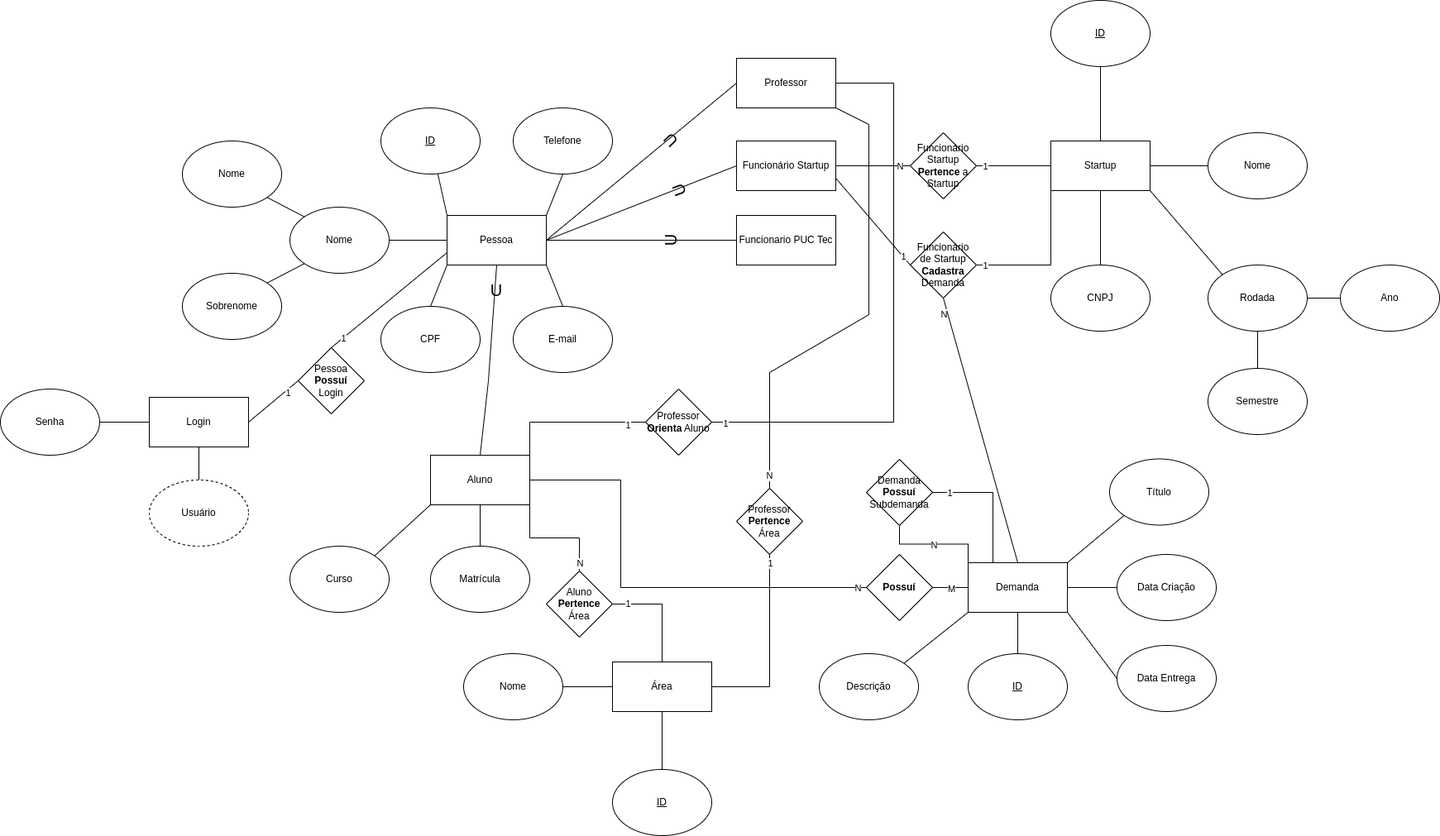
Earlier version of the draw.io export docs/Diagrama_Entidade_Relacionamento_Estendido.png (Henriquemcc/Prototipo_Sistema_Cadastro_Demandas_-_PUC_Tec). Source tidied: cells renumbered, new cells last; positions are measured from the earlier drawing's top-left corner, leaving out a move shared by most shapes.
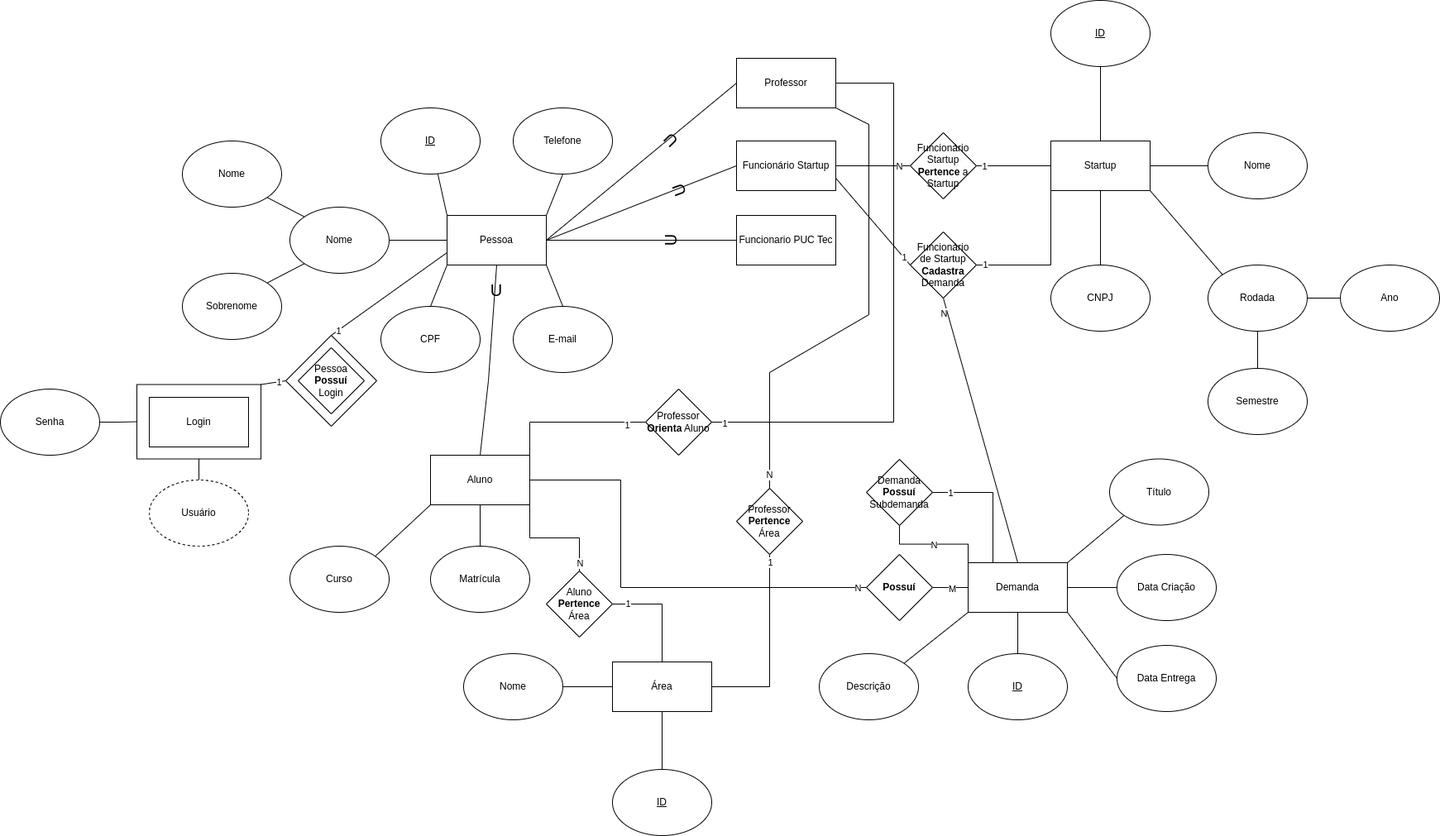
Later version of the same file.

Commit message:
Transformando a entidade login em uma entidade fraca, e transformando o relacionamento 'Pessoa possuí login' em um relacionamento fraco

Diff of the diagram source:
```diff
@@ -27,14 +27,12 @@
     <mxCell id="8" style="rounded=0;jettySize=auto;html=1;exitX=1;exitY=0.5;exitDx=0;exitDy=0;entryX=0;entryY=0.5;entryDx=0;entryDy=0;endArrow=none;endFill=0;" parent="1" edge="1" source="11" target="56">
       <mxGeometry relative="1" as="geometry" />
     </mxCell>
-    <mxCell id="9" style="rounded=0;jettySize=auto;html=1;exitX=0;exitY=0.75;exitDx=0;exitDy=0;entryX=0.5;entryY=0;entryDx=0;entryDy=0;endArrow=none;endFill=0;" parent="1" edge="1" source="11" target="106">
-      <mxGeometry relative="1" as="geometry" />
-    </mxCell>
-    <mxCell id="10" value="1" style="edgeLabel;html=1;align=center;verticalAlign=middle;" parent="9" vertex="1">
-      <mxGeometry x="0.79" y="1" relative="1" as="geometry">
-        <mxPoint x="-1" as="offset" />
-      </mxGeometry>
-    </mxCell>
+    <mxCell id="109" style="rounded=0;jettySize=auto;html=1;exitX=0;exitY=0.75;exitDx=0;exitDy=0;entryX=0.5;entryY=0;entryDx=0;entryDy=0;endArrow=none;endFill=0;" parent="1" edge="1" source="11" target="116">
+      <mxGeometry relative="1" as="geometry" />
+    </mxCell>
+    <mxCell id="110" value="1" style="edgeLabel;html=1;align=center;verticalAlign=middle;" parent="109" vertex="1">
+      <mxGeometry x="0.88" relative="1" as="geometry" />
+    </mxCell>
     <mxCell id="11" value="Pessoa" style="rounded=0;whiteSpace=wrap;html=1;" parent="1" vertex="1">
       <mxGeometry x="540" y="260" width="120" height="60" as="geometry" />
     </mxCell>
@@ -335,31 +333,41 @@
     <mxCell id="100" value="Professor&lt;div&gt;&lt;b&gt;Pertence&lt;/b&gt;&lt;/div&gt;&lt;div&gt;Área&lt;/div&gt;" style="rhombus;whiteSpace=wrap;html=1;" parent="1" vertex="1">
       <mxGeometry x="890" y="590" width="80" height="80" as="geometry" />
     </mxCell>
-    <mxCell id="101" style="edgeStyle=orthogonalEdgeStyle;rounded=0;jettySize=auto;html=1;exitX=0;exitY=0.5;exitDx=0;exitDy=0;entryX=1;entryY=0.5;entryDx=0;entryDy=0;endArrow=none;endFill=0;" parent="1" edge="1" source="103" target="108">
-      <mxGeometry relative="1" as="geometry" />
-    </mxCell>
-    <mxCell id="102" style="rounded=0;jettySize=auto;html=1;exitX=0.5;exitY=1;exitDx=0;exitDy=0;entryX=0.5;entryY=0;entryDx=0;entryDy=0;endArrow=none;endFill=0;" parent="1" edge="1" source="103" target="107">
-      <mxGeometry relative="1" as="geometry" />
-    </mxCell>
+    <mxCell id="111" style="edgeStyle=orthogonalEdgeStyle;rounded=0;jettySize=auto;html=1;exitX=0.5;exitY=0;exitDx=0;exitDy=0;entryX=0.5;entryY=1;entryDx=0;entryDy=0;endArrow=none;endFill=0;" parent="1" edge="1" source="107" target="114">
+      <mxGeometry relative="1" as="geometry" />
+    </mxCell>
+    <mxCell id="107" value="Usuário" style="ellipse;whiteSpace=wrap;html=1;dashed=1;" parent="1" vertex="1">
+      <mxGeometry x="180" y="580" width="120" height="80" as="geometry" />
+    </mxCell>
+    <mxCell id="112" style="edgeStyle=orthogonalEdgeStyle;rounded=0;jettySize=auto;html=1;exitX=1;exitY=0.5;exitDx=0;exitDy=0;entryX=0;entryY=0.5;entryDx=0;entryDy=0;endArrow=none;endFill=0;" parent="1" edge="1" source="108" target="114">
+      <mxGeometry relative="1" as="geometry" />
+    </mxCell>
+    <mxCell id="108" value="Senha" style="ellipse;whiteSpace=wrap;html=1;" parent="1" vertex="1">
+      <mxGeometry y="470" width="120" height="80" as="geometry" />
+    </mxCell>
+    <mxCell id="113" style="group;" parent="1" vertex="1">
+      <mxGeometry x="165" y="464.5" width="150" height="90" as="geometry" />
+    </mxCell>
+    <mxCell id="114" style="rounded=0;whiteSpace=wrap;html=1;" parent="113" vertex="1">
+      <mxGeometry width="150" height="90" as="geometry" />
+    </mxCell>
-    <mxCell id="103" value="Login" style="rounded=0;whiteSpace=wrap;html=1;" parent="1" vertex="1">
-      <mxGeometry x="180" y="480" width="120" height="60" as="geometry" />
+    <mxCell id="103" value="Login" style="rounded=0;whiteSpace=wrap;html=1;" parent="113" vertex="1">
+      <mxGeometry x="15" y="15.5" width="120" height="60" as="geometry" />
     </mxCell>
-    <mxCell id="104" style="rounded=0;jettySize=auto;html=1;entryX=1;entryY=0.5;entryDx=0;entryDy=0;endArrow=none;endFill=0;" parent="1" edge="1" target="103">
-      <mxGeometry relative="1" as="geometry">
-        <mxPoint x="360" y="460" as="sourcePoint" />
-      </mxGeometry>
-    </mxCell>
-    <mxCell id="105" value="1" style="edgeLabel;html=1;align=center;verticalAlign=middle;" parent="104" vertex="1">
-      <mxGeometry x="-0.52" y="3" relative="1" as="geometry" />
-    </mxCell>
+    <mxCell id="115" style="group;" parent="1" vertex="1">
+      <mxGeometry x="345" y="405" width="110" height="110" as="geometry" />
+    </mxCell>
+    <mxCell id="116" style="rhombus;whiteSpace=wrap;html=1;" parent="115" vertex="1">
+      <mxGeometry width="110" height="110" as="geometry" />
+    </mxCell>
-    <mxCell id="106" value="&lt;div&gt;Pessoa&lt;/div&gt;&lt;b&gt;Possuí&lt;/b&gt;&lt;div&gt;Login&lt;/div&gt;" style="rhombus;whiteSpace=wrap;html=1;" parent="1" vertex="1">
-      <mxGeometry x="360" y="420" width="80" height="80" as="geometry" />
+    <mxCell id="106" value="&lt;div&gt;Pessoa&lt;/div&gt;&lt;b&gt;Possuí&lt;/b&gt;&lt;div&gt;Login&lt;/div&gt;" style="rhombus;whiteSpace=wrap;html=1;" parent="115" vertex="1">
+      <mxGeometry x="15" y="15" width="80" height="80" as="geometry" />
     </mxCell>
-    <mxCell id="107" value="Usuário" style="ellipse;whiteSpace=wrap;html=1;dashed=1;" parent="1" vertex="1">
-      <mxGeometry x="180" y="580" width="120" height="80" as="geometry" />
-    </mxCell>
-    <mxCell id="108" value="Senha" style="ellipse;whiteSpace=wrap;html=1;" parent="1" vertex="1">
-      <mxGeometry y="470" width="120" height="80" as="geometry" />
-    </mxCell>
+    <mxCell id="117" style="rounded=0;jettySize=auto;html=1;exitX=1;exitY=0;exitDx=0;exitDy=0;entryX=0;entryY=0.5;entryDx=0;entryDy=0;endArrow=none;endFill=0;" parent="1" edge="1" source="114" target="116">
+      <mxGeometry relative="1" as="geometry" />
+    </mxCell>
+    <mxCell id="118" value="1" style="edgeLabel;html=1;align=center;verticalAlign=middle;" parent="117" vertex="1">
+      <mxGeometry x="0.44" relative="1" as="geometry" />
+    </mxCell>
   </root>
 </mxGraphModel>
```
